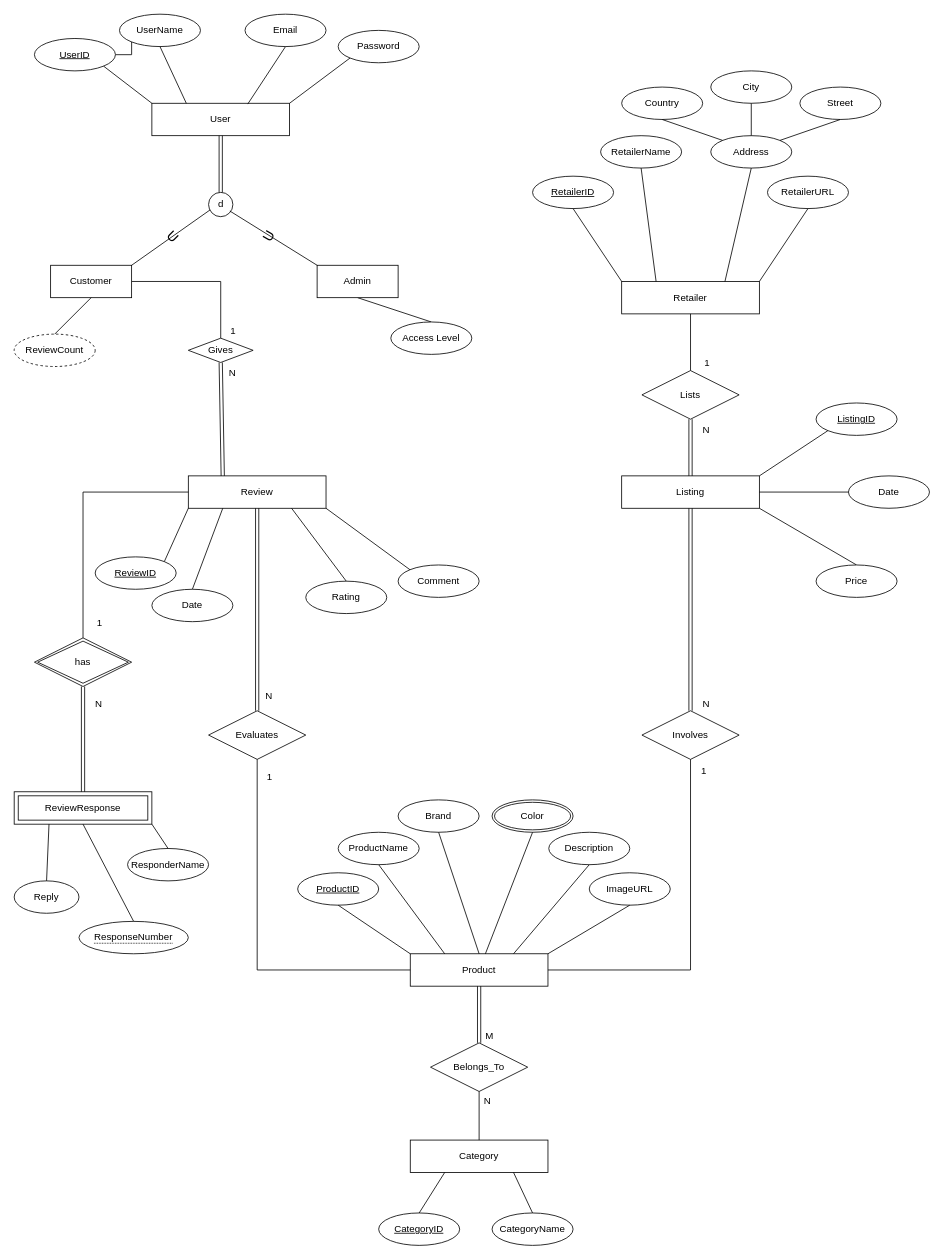
Above: CompareIt_Database.drawio in HamdaanMirza/Procrastinators (draw.io), before the change. Source tidied: cells renumbered, new cells numbered last; positions are measured from the earlier drawing's top-left corner, leaving out a move shared by most shapes. Both pictures are drawn from the tidied source at 81%, with x=0, y=0 at pixel (14, 14).
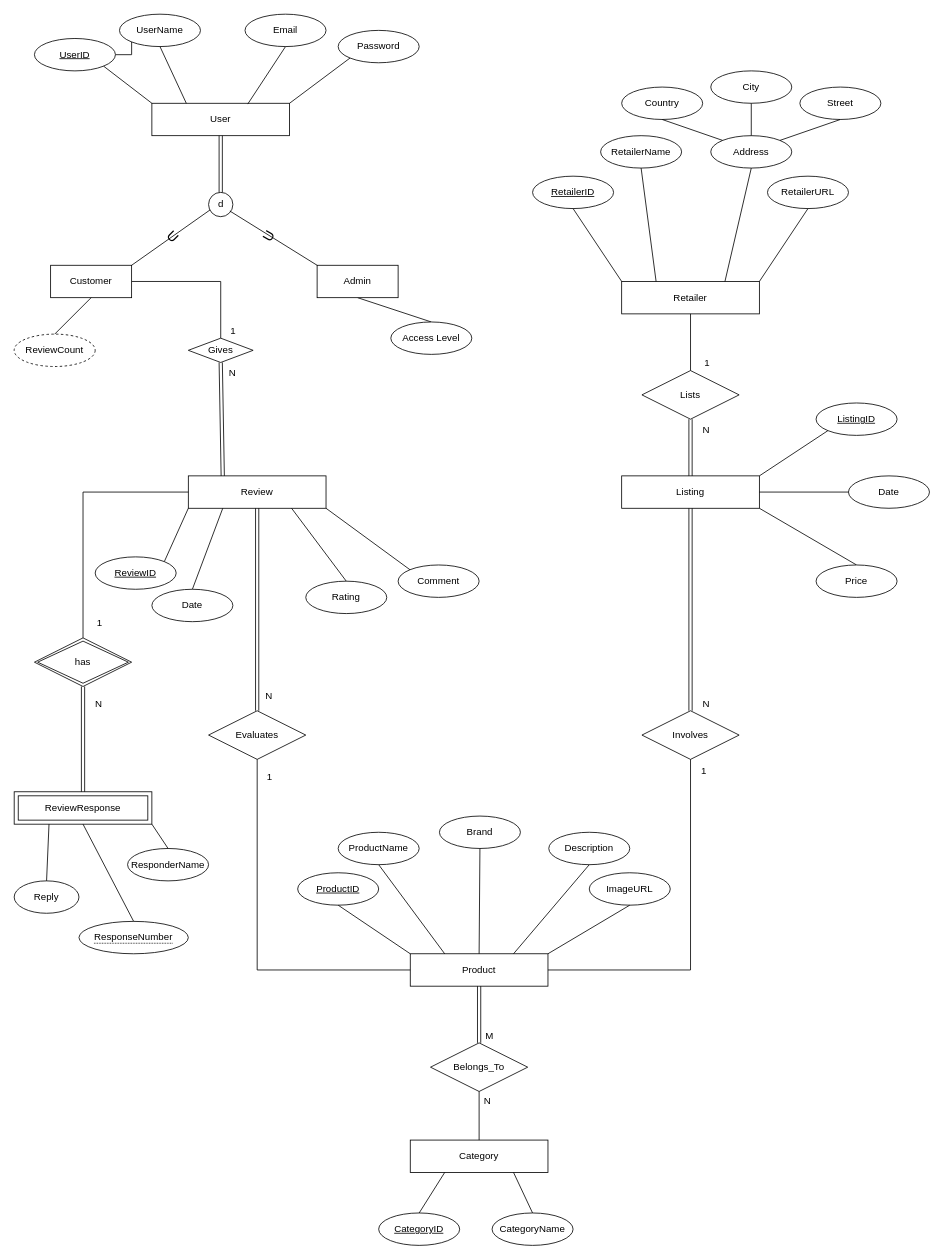
The same diagram, later.

Commit message:
Removed "Color" from Product

Unchanged cells that the change refers to:
```xml
<mxCell id="47" value="Product" style="whiteSpace=wrap;html=1;align=center;" parent="1" vertex="1">
  <mxGeometry x="489" y="1160" width="170" height="40" as="geometry" />
</mxCell>
```

Diff of the diagram source:
```diff
@@
     <mxCell id="50" value="Brand" style="ellipse;whiteSpace=wrap;html=1;align=center;" parent="1" vertex="1">
-      <mxGeometry x="474" y="970" width="100" height="40" as="geometry" />
+      <mxGeometry x="525" y="990" width="100" height="40" as="geometry" />
     </mxCell>
@@
-    <mxCell id="84" value="Color" style="ellipse;shape=doubleEllipse;margin=3;whiteSpace=wrap;html=1;align=center;" parent="1" vertex="1">
-      <mxGeometry x="590" y="970" width="100" height="40" as="geometry" />
-    </mxCell>
-    <mxCell id="85" style="endArrow=none;html=1;rounded=0;entryX=0.5;entryY=1;entryDx=0;entryDy=0;" parent="1" edge="1" source="47" target="84">
-      <mxGeometry relative="1" as="geometry" />
-    </mxCell>
```
